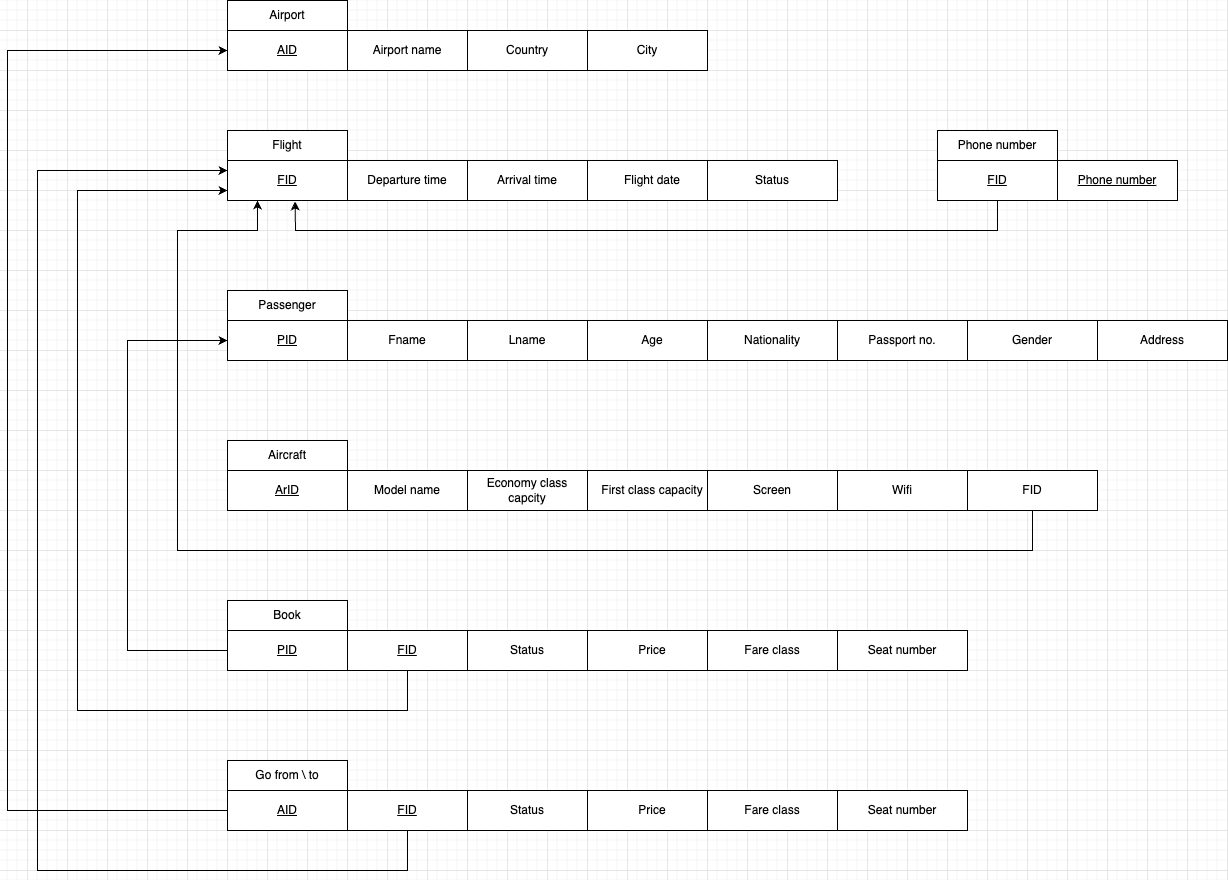
AbdullahKhkmba/Airport-DBMS keeps this draw.io diagram as Relational-shcema.png. Above is the earlier version. Source tidied: cells renumbered, new cells last; positions are measured from the earlier drawing's top-left corner, leaving out a move shared by most shapes.
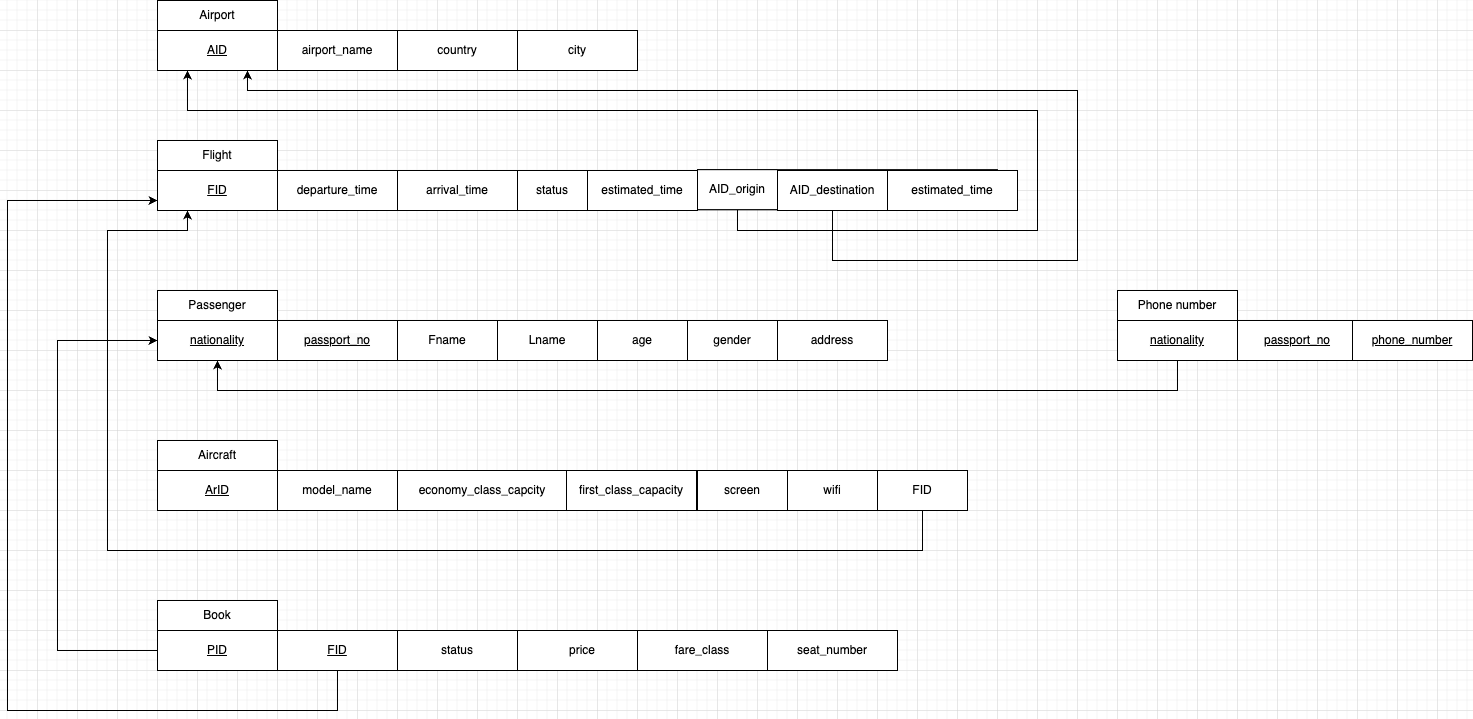
After the commit.

The edit, as a diff of the source:
```diff
@@ -14,77 +14,71 @@
     <mxCell id="5" value="&lt;u&gt;AID&lt;/u&gt;" style="rounded=0;whiteSpace=wrap;html=1;" parent="1" vertex="1">
       <mxGeometry x="220" y="30" width="120" height="40" as="geometry" />
     </mxCell>
-    <mxCell id="6" value="Airport name" style="rounded=0;whiteSpace=wrap;html=1;" parent="1" vertex="1">
+    <mxCell id="6" value="airport_name" style="rounded=0;whiteSpace=wrap;html=1;" parent="1" vertex="1">
       <mxGeometry x="340" y="30" width="120" height="40" as="geometry" />
     </mxCell>
-    <mxCell id="7" value="Country" style="rounded=0;whiteSpace=wrap;html=1;" parent="1" vertex="1">
+    <mxCell id="7" value="country" style="rounded=0;whiteSpace=wrap;html=1;" parent="1" vertex="1">
       <mxGeometry x="460" y="30" width="120" height="40" as="geometry" />
     </mxCell>
-    <mxCell id="8" value="City" style="rounded=0;whiteSpace=wrap;html=1;" parent="1" vertex="1">
+    <mxCell id="8" value="city" style="rounded=0;whiteSpace=wrap;html=1;" parent="1" vertex="1">
       <mxGeometry x="580" y="30" width="120" height="40" as="geometry" />
     </mxCell>
     <mxCell id="9" value="Flight" style="rounded=0;whiteSpace=wrap;html=1;" parent="1" vertex="1">
-      <mxGeometry x="220" y="130" width="120" height="30" as="geometry" />
+      <mxGeometry x="220" y="140" width="120" height="30" as="geometry" />
     </mxCell>
     <mxCell id="10" style="rounded=0;whiteSpace=wrap;html=1;" parent="1" vertex="1">
-      <mxGeometry x="230" y="160" width="600" height="40" as="geometry" />
+      <mxGeometry x="230" y="170" width="530" height="40" as="geometry" />
     </mxCell>
     <mxCell id="11" style="edgeStyle=orthogonalEdgeStyle;rounded=0;orthogonalLoop=1;jettySize=auto;html=1;exitX=0.5;exitY=1;exitDx=0;exitDy=0;" parent="1" edge="1" source="10" target="10">
       <mxGeometry relative="1" as="geometry" />
     </mxCell>
     <mxCell id="12" value="&lt;u&gt;FID&lt;/u&gt;" style="rounded=0;whiteSpace=wrap;html=1;" parent="1" vertex="1">
-      <mxGeometry x="220" y="160" width="120" height="40" as="geometry" />
+      <mxGeometry x="220" y="170" width="120" height="40" as="geometry" />
     </mxCell>
-    <mxCell id="13" value="Departure time" style="rounded=0;whiteSpace=wrap;html=1;" parent="1" vertex="1">
-      <mxGeometry x="340" y="160" width="120" height="40" as="geometry" />
+    <mxCell id="13" value="departure_time" style="rounded=0;whiteSpace=wrap;html=1;" parent="1" vertex="1">
+      <mxGeometry x="340" y="170" width="120" height="40" as="geometry" />
     </mxCell>
-    <mxCell id="14" value="Arrival time" style="rounded=0;whiteSpace=wrap;html=1;" parent="1" vertex="1">
-      <mxGeometry x="460" y="160" width="120" height="40" as="geometry" />
+    <mxCell id="14" value="arrival_time" style="rounded=0;whiteSpace=wrap;html=1;" parent="1" vertex="1">
+      <mxGeometry x="460" y="170" width="120" height="40" as="geometry" />
     </mxCell>
-    <mxCell id="15" value="Flight date" style="rounded=0;whiteSpace=wrap;html=1;" parent="1" vertex="1">
-      <mxGeometry x="580" y="160" width="130" height="40" as="geometry" />
-    </mxCell>
-    <mxCell id="16" value="Status" style="rounded=0;whiteSpace=wrap;html=1;" parent="1" vertex="1">
-      <mxGeometry x="700" y="160" width="130" height="40" as="geometry" />
+    <mxCell id="16" value="status" style="rounded=0;whiteSpace=wrap;html=1;" parent="1" vertex="1">
+      <mxGeometry x="580" y="170" width="70" height="40" as="geometry" />
     </mxCell>
     <mxCell id="17" value="Passenger" style="rounded=0;whiteSpace=wrap;html=1;" parent="1" vertex="1">
       <mxGeometry x="220" y="290" width="120" height="30" as="geometry" />
     </mxCell>
-    <mxCell id="18" style="rounded=0;whiteSpace=wrap;html=1;" parent="1" vertex="1">
-      <mxGeometry x="220" y="320" width="1000" height="40" as="geometry" />
-    </mxCell>
-    <mxCell id="19" style="edgeStyle=orthogonalEdgeStyle;rounded=0;orthogonalLoop=1;jettySize=auto;html=1;exitX=0.5;exitY=1;exitDx=0;exitDy=0;" parent="1" edge="1" source="18" target="18">
-      <mxGeometry relative="1" as="geometry" />
+    <mxCell id="19" style="edgeStyle=orthogonalEdgeStyle;rounded=0;orthogonalLoop=1;jettySize=auto;html=1;exitX=0.5;exitY=1;exitDx=0;exitDy=0;" parent="1" edge="1">
+      <mxGeometry relative="1" as="geometry">
+        <mxPoint x="615" y="360" as="sourcePoint" />
+        <mxPoint x="615" y="360" as="targetPoint" />
+      </mxGeometry>
     </mxCell>
-    <mxCell id="20" value="&lt;u&gt;PID&lt;/u&gt;" style="rounded=0;whiteSpace=wrap;html=1;" parent="1" vertex="1">
+    <mxCell id="20" value="&lt;u&gt;nationality&lt;/u&gt;" style="rounded=0;whiteSpace=wrap;html=1;" parent="1" vertex="1">
       <mxGeometry x="220" y="320" width="120" height="40" as="geometry" />
     </mxCell>
-    <mxCell id="21" value="Fname" style="rounded=0;whiteSpace=wrap;html=1;" parent="1" vertex="1">
+    <mxCell id="21" value="&lt;span style=&quot;color: rgb(0, 0, 0); font-family: Helvetica; font-size: 12px; font-style: normal; font-variant-ligatures: normal; font-variant-caps: normal; font-weight: 400; letter-spacing: normal; orphans: 2; text-align: center; text-indent: 0px; text-transform: none; widows: 2; word-spacing: 0px; -webkit-text-stroke-width: 0px; white-space: normal; background-color: rgb(251, 251, 251); text-decoration-thickness: initial; text-decoration-style: initial; text-decoration-color: initial; display: inline !important; float: none;&quot;&gt;&lt;u&gt;passport_no&lt;/u&gt;&lt;/span&gt;" style="rounded=0;whiteSpace=wrap;html=1;" parent="1" vertex="1">
       <mxGeometry x="340" y="320" width="120" height="40" as="geometry" />
     </mxCell>
-    <mxCell id="22" value="Lname" style="rounded=0;whiteSpace=wrap;html=1;" parent="1" vertex="1">
-      <mxGeometry x="460" y="320" width="120" height="40" as="geometry" />
+    <mxCell id="22" value="Fname" style="rounded=0;whiteSpace=wrap;html=1;" parent="1" vertex="1">
+      <mxGeometry x="460" y="320" width="100" height="40" as="geometry" />
     </mxCell>
-    <mxCell id="23" value="Age" style="rounded=0;whiteSpace=wrap;html=1;" parent="1" vertex="1">
-      <mxGeometry x="580" y="320" width="130" height="40" as="geometry" />
+    <mxCell id="23" value="Lname" style="rounded=0;whiteSpace=wrap;html=1;" parent="1" vertex="1">
+      <mxGeometry x="560" y="320" width="100" height="40" as="geometry" />
     </mxCell>
-    <mxCell id="24" value="Nationality" style="rounded=0;whiteSpace=wrap;html=1;" parent="1" vertex="1">
-      <mxGeometry x="700" y="320" width="130" height="40" as="geometry" />
+    <mxCell id="24" value="age" style="rounded=0;whiteSpace=wrap;html=1;" parent="1" vertex="1">
+      <mxGeometry x="660" y="320" width="90" height="40" as="geometry" />
     </mxCell>
-    <mxCell id="25" value="Passport no." style="rounded=0;whiteSpace=wrap;html=1;" parent="1" vertex="1">
-      <mxGeometry x="830" y="320" width="130" height="40" as="geometry" />
-    </mxCell>
-    <mxCell id="26" value="Gender" style="rounded=0;whiteSpace=wrap;html=1;" parent="1" vertex="1">
-      <mxGeometry x="960" y="320" width="130" height="40" as="geometry" />
+    <mxCell id="26" value="gender" style="rounded=0;whiteSpace=wrap;html=1;" parent="1" vertex="1">
+      <mxGeometry x="750" y="320" width="90" height="40" as="geometry" />
     </mxCell>
-    <mxCell id="27" value="Address" style="rounded=0;whiteSpace=wrap;html=1;" parent="1" vertex="1">
-      <mxGeometry x="1090" y="320" width="130" height="40" as="geometry" />
+    <mxCell id="27" value="address" style="rounded=0;whiteSpace=wrap;html=1;" parent="1" vertex="1">
+      <mxGeometry x="840" y="320" width="110" height="40" as="geometry" />
     </mxCell>
     <mxCell id="28" value="Aircraft" style="rounded=0;whiteSpace=wrap;html=1;" parent="1" vertex="1">
       <mxGeometry x="220" y="440" width="120" height="30" as="geometry" />
     </mxCell>
     <mxCell id="29" style="rounded=0;whiteSpace=wrap;html=1;" parent="1" vertex="1">
-      <mxGeometry x="220" y="470" width="870" height="40" as="geometry" />
+      <mxGeometry x="220" y="470" width="810" height="40" as="geometry" />
     </mxCell>
     <mxCell id="30" style="edgeStyle=orthogonalEdgeStyle;rounded=0;orthogonalLoop=1;jettySize=auto;html=1;exitX=0.5;exitY=1;exitDx=0;exitDy=0;" parent="1" edge="1" source="29" target="29">
       <mxGeometry relative="1" as="geometry" />
@@ -92,43 +86,43 @@
     <mxCell id="31" value="&lt;u&gt;ArID&lt;/u&gt;" style="rounded=0;whiteSpace=wrap;html=1;" parent="1" vertex="1">
       <mxGeometry x="220" y="470" width="120" height="40" as="geometry" />
     </mxCell>
-    <mxCell id="32" value="Model name" style="rounded=0;whiteSpace=wrap;html=1;" parent="1" vertex="1">
+    <mxCell id="32" value="model_name" style="rounded=0;whiteSpace=wrap;html=1;" parent="1" vertex="1">
       <mxGeometry x="340" y="470" width="120" height="40" as="geometry" />
     </mxCell>
-    <mxCell id="33" value="Economy class capcity" style="rounded=0;whiteSpace=wrap;html=1;" parent="1" vertex="1">
-      <mxGeometry x="460" y="470" width="120" height="40" as="geometry" />
+    <mxCell id="33" value="economy_class_capcity" style="rounded=0;whiteSpace=wrap;html=1;" parent="1" vertex="1">
+      <mxGeometry x="460" y="470" width="170" height="40" as="geometry" />
     </mxCell>
-    <mxCell id="34" value="First class capacity" style="rounded=0;whiteSpace=wrap;html=1;" parent="1" vertex="1">
-      <mxGeometry x="580" y="470" width="130" height="40" as="geometry" />
+    <mxCell id="34" value="first_class_capacity" style="rounded=0;whiteSpace=wrap;html=1;" parent="1" vertex="1">
+      <mxGeometry x="629" y="470" width="130" height="40" as="geometry" />
     </mxCell>
-    <mxCell id="35" value="Screen" style="rounded=0;whiteSpace=wrap;html=1;" parent="1" vertex="1">
-      <mxGeometry x="700" y="470" width="130" height="40" as="geometry" />
+    <mxCell id="35" value="screen" style="rounded=0;whiteSpace=wrap;html=1;" parent="1" vertex="1">
+      <mxGeometry x="760" y="470" width="90" height="40" as="geometry" />
     </mxCell>
-    <mxCell id="36" value="Wifi" style="rounded=0;whiteSpace=wrap;html=1;" parent="1" vertex="1">
-      <mxGeometry x="830" y="470" width="130" height="40" as="geometry" />
+    <mxCell id="36" value="wifi" style="rounded=0;whiteSpace=wrap;html=1;" parent="1" vertex="1">
+      <mxGeometry x="850" y="470" width="90" height="40" as="geometry" />
     </mxCell>
     <mxCell id="37" value="Phone number" style="rounded=0;whiteSpace=wrap;html=1;" parent="1" vertex="1">
-      <mxGeometry x="930" y="130" width="120" height="30" as="geometry" />
+      <mxGeometry x="1180" y="290" width="120" height="30" as="geometry" />
     </mxCell>
     <mxCell id="38" style="rounded=0;whiteSpace=wrap;html=1;" parent="1" vertex="1">
-      <mxGeometry x="930" y="160" width="240" height="40" as="geometry" />
+      <mxGeometry x="1180" y="320" width="240" height="40" as="geometry" />
     </mxCell>
     <mxCell id="39" style="edgeStyle=orthogonalEdgeStyle;rounded=0;orthogonalLoop=1;jettySize=auto;html=1;exitX=0.5;exitY=1;exitDx=0;exitDy=0;" parent="1" edge="1" source="38" target="38">
       <mxGeometry relative="1" as="geometry" />
     </mxCell>
-    <mxCell id="40" value="&lt;u&gt;FID&lt;/u&gt;" style="rounded=0;whiteSpace=wrap;html=1;" parent="1" vertex="1">
-      <mxGeometry x="930" y="160" width="120" height="40" as="geometry" />
+    <mxCell id="40" value="&lt;u&gt;nationality&lt;/u&gt;" style="rounded=0;whiteSpace=wrap;html=1;" parent="1" vertex="1">
+      <mxGeometry x="1180" y="320" width="120" height="40" as="geometry" />
     </mxCell>
-    <mxCell id="41" value="&lt;u&gt;Phone number&lt;/u&gt;" style="rounded=0;whiteSpace=wrap;html=1;" parent="1" vertex="1">
-      <mxGeometry x="1050" y="160" width="120" height="40" as="geometry" />
+    <mxCell id="41" value="&lt;u&gt;passport_no&lt;/u&gt;" style="rounded=0;whiteSpace=wrap;html=1;" parent="1" vertex="1">
+      <mxGeometry x="1300" y="320" width="120" height="40" as="geometry" />
     </mxCell>
     <mxCell id="42" value="FID" style="rounded=0;whiteSpace=wrap;html=1;" parent="1" vertex="1">
-      <mxGeometry x="960" y="470" width="130" height="40" as="geometry" />
+      <mxGeometry x="940" y="470" width="90" height="40" as="geometry" />
     </mxCell>
     <mxCell id="43" style="endArrow=classic;html=1;rounded=0;exitX=0.5;exitY=1;exitDx=0;exitDy=0;entryX=0.25;entryY=1;entryDx=0;entryDy=0;" parent="1" edge="1" source="42" target="12">
       <mxGeometry relative="1" as="geometry">
         <Array as="points">
-          <mxPoint x="1025" y="550" />
+          <mxPoint x="985" y="550" />
           <mxPoint x="270" y="550" />
           <mxPoint x="170" y="550" />
           <mxPoint x="170" y="350" />
@@ -152,16 +146,16 @@
     <mxCell id="48" value="&lt;u&gt;FID&lt;/u&gt;" style="rounded=0;whiteSpace=wrap;html=1;" parent="1" vertex="1">
       <mxGeometry x="340" y="630" width="120" height="40" as="geometry" />
     </mxCell>
-    <mxCell id="49" value="Status" style="rounded=0;whiteSpace=wrap;html=1;" parent="1" vertex="1">
+    <mxCell id="49" value="status" style="rounded=0;whiteSpace=wrap;html=1;" parent="1" vertex="1">
       <mxGeometry x="460" y="630" width="120" height="40" as="geometry" />
     </mxCell>
-    <mxCell id="50" value="Price" style="rounded=0;whiteSpace=wrap;html=1;" parent="1" vertex="1">
+    <mxCell id="50" value="price" style="rounded=0;whiteSpace=wrap;html=1;" parent="1" vertex="1">
       <mxGeometry x="580" y="630" width="130" height="40" as="geometry" />
     </mxCell>
-    <mxCell id="51" value="Fare class" style="rounded=0;whiteSpace=wrap;html=1;" parent="1" vertex="1">
+    <mxCell id="51" value="fare_class" style="rounded=0;whiteSpace=wrap;html=1;" parent="1" vertex="1">
       <mxGeometry x="700" y="630" width="130" height="40" as="geometry" />
     </mxCell>
-    <mxCell id="52" value="Seat number" style="rounded=0;whiteSpace=wrap;html=1;" parent="1" vertex="1">
+    <mxCell id="52" value="seat_number" style="rounded=0;whiteSpace=wrap;html=1;" parent="1" vertex="1">
       <mxGeometry x="830" y="630" width="130" height="40" as="geometry" />
     </mxCell>
     <mxCell id="53" style="endArrow=classic;html=1;rounded=0;exitX=0;exitY=0.5;exitDx=0;exitDy=0;entryX=0;entryY=0.5;entryDx=0;entryDy=0;" parent="1" edge="1" source="47" target="20">
@@ -177,62 +171,60 @@
         <Array as="points">
           <mxPoint x="400" y="710" />
           <mxPoint x="70" y="710" />
-          <mxPoint x="70" y="190" />
+          <mxPoint x="70" y="200" />
         </Array>
       </mxGeometry>
     </mxCell>
-    <mxCell id="55" value="Go from \ to" style="rounded=0;whiteSpace=wrap;html=1;" parent="1" vertex="1">
-      <mxGeometry x="220" y="760" width="120" height="30" as="geometry" />
-    </mxCell>
     <mxCell id="56" style="rounded=0;whiteSpace=wrap;html=1;" parent="1" vertex="1">
-      <mxGeometry x="220" y="790" width="740" height="40" as="geometry" />
+      <mxGeometry x="760" y="169.2" width="300" height="40" as="geometry" />
     </mxCell>
     <mxCell id="57" style="edgeStyle=orthogonalEdgeStyle;rounded=0;orthogonalLoop=1;jettySize=auto;html=1;exitX=0.5;exitY=1;exitDx=0;exitDy=0;" parent="1" edge="1" source="56" target="56">
       <mxGeometry relative="1" as="geometry" />
     </mxCell>
-    <mxCell id="58" value="&lt;u&gt;AID&lt;/u&gt;" style="rounded=0;whiteSpace=wrap;html=1;" parent="1" vertex="1">
-      <mxGeometry x="220" y="790" width="120" height="40" as="geometry" />
+    <mxCell id="58" value="AID_origin" style="rounded=0;whiteSpace=wrap;html=1;" parent="1" vertex="1">
+      <mxGeometry x="760" y="169.2" width="80" height="40" as="geometry" />
     </mxCell>
-    <mxCell id="59" value="&lt;u&gt;FID&lt;/u&gt;" style="rounded=0;whiteSpace=wrap;html=1;" parent="1" vertex="1">
-      <mxGeometry x="340" y="790" width="120" height="40" as="geometry" />
+    <mxCell id="59" value="AID_destination" style="rounded=0;whiteSpace=wrap;html=1;" parent="1" vertex="1">
+      <mxGeometry x="840" y="170" width="110" height="40" as="geometry" />
     </mxCell>
-    <mxCell id="60" value="Status" style="rounded=0;whiteSpace=wrap;html=1;" parent="1" vertex="1">
-      <mxGeometry x="460" y="790" width="120" height="40" as="geometry" />
-    </mxCell>
-    <mxCell id="61" value="Price" style="rounded=0;whiteSpace=wrap;html=1;" parent="1" vertex="1">
-      <mxGeometry x="580" y="790" width="130" height="40" as="geometry" />
-    </mxCell>
-    <mxCell id="62" value="Fare class" style="rounded=0;whiteSpace=wrap;html=1;" parent="1" vertex="1">
-      <mxGeometry x="700" y="790" width="130" height="40" as="geometry" />
+    <mxCell id="62" value="estimated_time" style="rounded=0;whiteSpace=wrap;html=1;" parent="1" vertex="1">
+      <mxGeometry x="950" y="170" width="130" height="40" as="geometry" />
     </mxCell>
-    <mxCell id="63" value="Seat number" style="rounded=0;whiteSpace=wrap;html=1;" parent="1" vertex="1">
-      <mxGeometry x="830" y="790" width="130" height="40" as="geometry" />
-    </mxCell>
-    <mxCell id="64" style="endArrow=classic;html=1;rounded=0;entryX=0;entryY=1;entryDx=0;entryDy=0;exitX=0.5;exitY=1;exitDx=0;exitDy=0;" parent="1" edge="1" source="59">
-      <mxGeometry relative="1" as="geometry">
-        <mxPoint x="220" y="170" as="targetPoint" />
-        <Array as="points">
-          <mxPoint x="400" y="870" />
-          <mxPoint x="30" y="870" />
-          <mxPoint x="30" y="170" />
-        </Array>
-      </mxGeometry>
-    </mxCell>
+    <mxCell id="66" style="endArrow=classic;html=1;rounded=0;exitX=0.5;exitY=1;exitDx=0;exitDy=0;entryX=0.5;entryY=1;entryDx=0;entryDy=0;" parent="1" edge="1" source="40" target="20">
+      <mxGeometry relative="1" as="geometry">
+        <Array as="points">
+          <mxPoint x="1240" y="390" />
+          <mxPoint x="1010" y="390" />
+          <mxPoint x="650" y="390" />
+          <mxPoint x="280" y="390" />
+        </Array>
+      </mxGeometry>
+    </mxCell>
+    <mxCell id="67" value="estimated_time" style="rounded=0;whiteSpace=wrap;html=1;" parent="1" vertex="1">
+      <mxGeometry x="650" y="170" width="110" height="40" as="geometry" />
+    </mxCell>
-    <mxCell id="65" style="endArrow=classic;html=1;rounded=0;exitX=0;exitY=0.5;exitDx=0;exitDy=0;entryX=0;entryY=0.5;entryDx=0;entryDy=0;" parent="1" edge="1" source="58" target="5">
+    <mxCell id="65" style="endArrow=classic;html=1;rounded=0;exitX=0.5;exitY=1;exitDx=0;exitDy=0;entryX=0.25;entryY=1;entryDx=0;entryDy=0;" parent="1" edge="1" source="58" target="5">
       <mxGeometry relative="1" as="geometry">
         <Array as="points">
-          <mxPoint y="810" />
-          <mxPoint y="50" />
+          <mxPoint x="800" y="230" />
+          <mxPoint x="1100" y="230" />
+          <mxPoint x="1100" y="110" />
+          <mxPoint x="250" y="110" />
         </Array>
       </mxGeometry>
     </mxCell>
-    <mxCell id="66" style="endArrow=classic;html=1;rounded=0;exitX=0.5;exitY=1;exitDx=0;exitDy=0;entryX=0.563;entryY=1.026;entryDx=0;entryDy=0;entryPerimeter=0;" parent="1" edge="1" source="40" target="12">
-      <mxGeometry relative="1" as="geometry">
-        <Array as="points">
-          <mxPoint x="990" y="230" />
-          <mxPoint x="288" y="230" />
-        </Array>
-      </mxGeometry>
-    </mxCell>
+    <mxCell id="68" style="endArrow=classic;html=1;rounded=0;exitX=0.5;exitY=1;exitDx=0;exitDy=0;entryX=0.75;entryY=1;entryDx=0;entryDy=0;" parent="1" edge="1" source="59" target="5">
+      <mxGeometry relative="1" as="geometry">
+        <Array as="points">
+          <mxPoint x="895" y="260" />
+          <mxPoint x="1140" y="260" />
+          <mxPoint x="1140" y="90" />
+          <mxPoint x="310" y="90" />
+        </Array>
+      </mxGeometry>
+    </mxCell>
+    <mxCell id="69" value="&lt;u&gt;phone_number&lt;/u&gt;" style="rounded=0;whiteSpace=wrap;html=1;" parent="1" vertex="1">
+      <mxGeometry x="1415" y="320" width="120" height="40" as="geometry" />
+    </mxCell>
   </root>
 </mxGraphModel>
```
